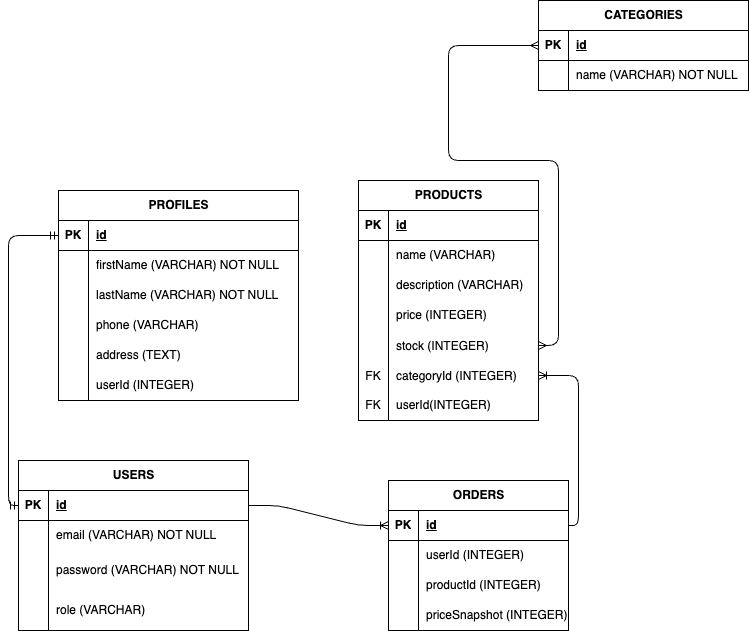
rassyamaulanahandoyo/Daily-Dose-Coffee keeps this draw.io diagram as schema.drawio.png. Above is the earlier version. Source tidied: cells renumbered, new cells last; positions are measured from the earlier drawing's top-left corner, leaving out a move shared by most shapes.
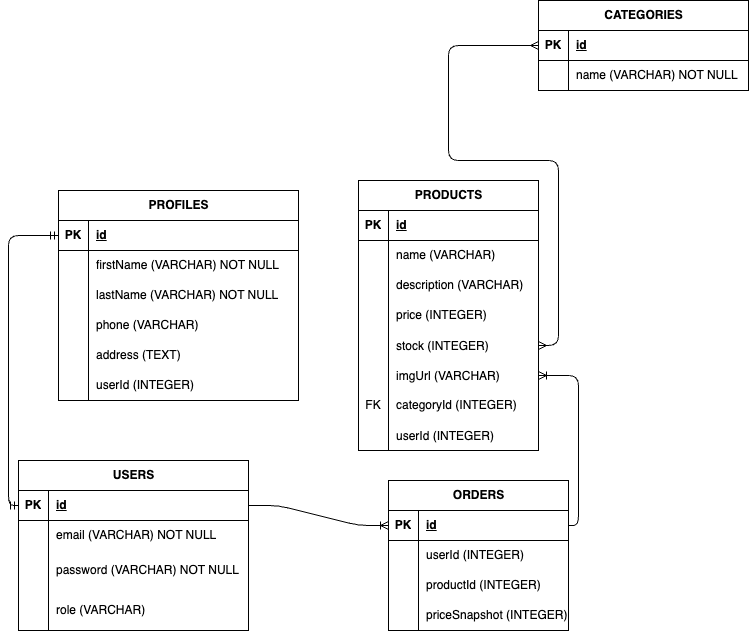
After the commit.

Commit message:
img url udaah di tambahin di erd sama di modelsnya

Change to the diagram source:
```diff
@@ -99,7 +99,7 @@
       <mxGeometry x="30" width="200" height="40" as="geometry" />
     </mxCell>
     <mxCell id="34" value="PRODUCTS" style="shape=table;startSize=30;rowLines=0;fontStyle=1;align=center;html=1;" parent="1" vertex="1">
-      <mxGeometry x="340" y="180" width="180" height="240" as="geometry" />
+      <mxGeometry x="340" y="180" width="180" height="270" as="geometry" />
     </mxCell>
     <mxCell id="35" style="shape=tableRow;horizontal=0;startSize=0;swimlaneHead=0;swimlaneBody=0;fillColor=none;top=0;left=0;right=0;bottom=1;" parent="34" vertex="1">
       <mxGeometry y="30" width="180" height="30" as="geometry" />
@@ -149,10 +149,10 @@
     <mxCell id="50" style="shape=tableRow;horizontal=0;startSize=0;swimlaneHead=0;swimlaneBody=0;fillColor=none;points=[[0,0.5],[1,0.5]];portConstraint=eastwest;top=0;left=0;right=0;bottom=0;" parent="34" vertex="1">
       <mxGeometry y="180" width="180" height="30" as="geometry" />
     </mxCell>
-    <mxCell id="51" value="FK" style="shape=partialRectangle;fillColor=none;top=0;left=0;bottom=0;right=0;overflow=hidden;" parent="50" vertex="1">
+    <mxCell id="51" style="shape=partialRectangle;fillColor=none;top=0;left=0;bottom=0;right=0;overflow=hidden;" parent="50" vertex="1">
       <mxGeometry width="30" height="30" as="geometry" />
     </mxCell>
-    <mxCell id="52" value="categoryId (INTEGER)" style="shape=partialRectangle;fillColor=none;top=0;left=0;bottom=0;right=0;align=left;spacingLeft=6;overflow=hidden;" parent="50" vertex="1">
+    <mxCell id="52" value="imgUrl (VARCHAR)" style="shape=partialRectangle;fillColor=none;top=0;left=0;bottom=0;right=0;align=left;spacingLeft=6;overflow=hidden;" parent="50" vertex="1">
       <mxGeometry x="30" width="150" height="30" as="geometry" />
     </mxCell>
     <mxCell id="53" style="shape=tableRow;horizontal=0;startSize=0;swimlaneHead=0;swimlaneBody=0;fillColor=none;top=0;left=0;right=0;bottom=0;" parent="34" vertex="1">
@@ -161,9 +161,18 @@
     <mxCell id="54" value="FK" style="shape=partialRectangle;fillColor=none;top=0;left=0;bottom=0;right=0;overflow=hidden;whiteSpace=wrap;html=1;" parent="53" vertex="1">
       <mxGeometry width="30" height="30" as="geometry" />
     </mxCell>
-    <mxCell id="55" value="userId(INTEGER)" style="shape=partialRectangle;fillColor=none;top=0;left=0;bottom=0;right=0;align=left;spacingLeft=6;overflow=hidden;whiteSpace=wrap;html=1;" parent="53" vertex="1">
+    <mxCell id="55" value="categoryId (INTEGER)" style="shape=partialRectangle;fillColor=none;top=0;left=0;bottom=0;right=0;align=left;spacingLeft=6;overflow=hidden;whiteSpace=wrap;html=1;" parent="53" vertex="1">
       <mxGeometry x="30" width="150" height="30" as="geometry" />
     </mxCell>
+    <mxCell id="80" style="shape=tableRow;horizontal=0;startSize=0;swimlaneHead=0;swimlaneBody=0;fillColor=none;top=0;left=0;right=0;bottom=0;" parent="34" vertex="1">
+      <mxGeometry y="240" width="180" height="30" as="geometry" />
+    </mxCell>
+    <mxCell id="81" style="shape=partialRectangle;fillColor=none;top=0;left=0;bottom=0;right=0;overflow=hidden;" parent="80" vertex="1">
+      <mxGeometry width="30" height="30" as="geometry" />
+    </mxCell>
+    <mxCell id="82" value="userId (INTEGER)" style="shape=partialRectangle;fillColor=none;top=0;left=0;bottom=0;right=0;align=left;spacingLeft=6;overflow=hidden;" parent="80" vertex="1">
+      <mxGeometry x="30" width="150" height="30" as="geometry" />
+    </mxCell>
     <mxCell id="56" style="edgeStyle=entityRelationEdgeStyle;fontSize=12;html=1;endArrow=ERoneToMany;exitX=1;exitY=0.5;exitDx=0;exitDy=0;entryX=0;entryY=0.5;entryDx=0;entryDy=0;" parent="1" edge="1" source="22" target="66">
       <mxGeometry relative="1" as="geometry" />
     </mxCell>
```
